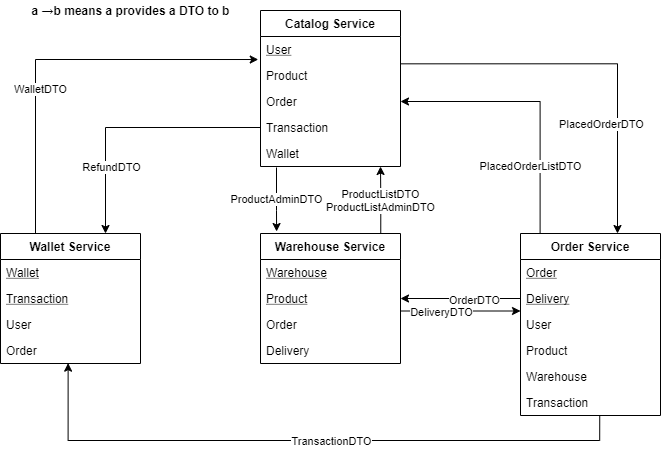
This is images/serviceSchema.png from franckies/ecommerce-api, a draw.io export, as it was before one commit. Source tidied: cells renumbered, new cells last; positions are measured from the earlier drawing's top-left corner, leaving out a move shared by most shapes.
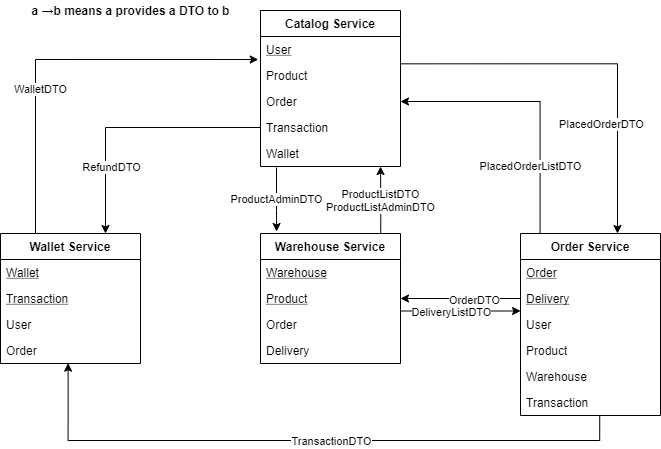
Above is the later version.

Change to the diagram source:
```diff
@@ -101,9 +101,9 @@
         <mxPoint x="520" y="310.5" as="targetPoint" />
       </mxGeometry>
     </mxCell>
-    <mxCell id="32" value="DeliveryDTO" style="edgeLabel;html=1;align=center;verticalAlign=middle;" parent="31" vertex="1">
+    <mxCell id="32" value="DeliveryListDTO" style="edgeLabel;html=1;align=center;verticalAlign=middle;" parent="31" vertex="1">
       <mxGeometry x="0.23" y="-1" relative="1" as="geometry">
-        <mxPoint x="-34" y="-0.5" as="offset" />
+        <mxPoint x="-24" y="-0.5" as="offset" />
       </mxGeometry>
     </mxCell>
     <mxCell id="33" style="edgeStyle=orthogonalEdgeStyle;rounded=0;jettySize=auto;html=1;exitX=0.25;exitY=0;exitDx=0;exitDy=0;entryX=-0.016;entryY=0.885;entryDx=0;entryDy=0;entryPerimeter=0;" parent="1" edge="1" source="12" target="7">
```
